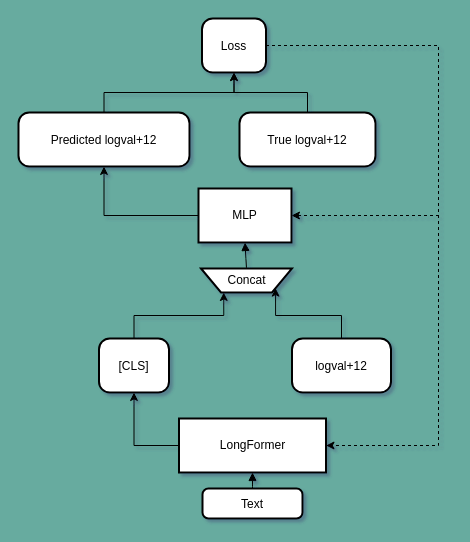
bu-bu-xxx/courses keeps this draw.io diagram as statistical_data_mining/project/figure1.drawio. Above is the earlier version. Source tidied: cells renumbered, new cells numbered last; positions are measured from the earlier drawing's top-left corner, leaving out a move shared by most shapes. Both pictures are drawn from the tidied source at 100%, with x=0, y=0 at pixel (18, 18).
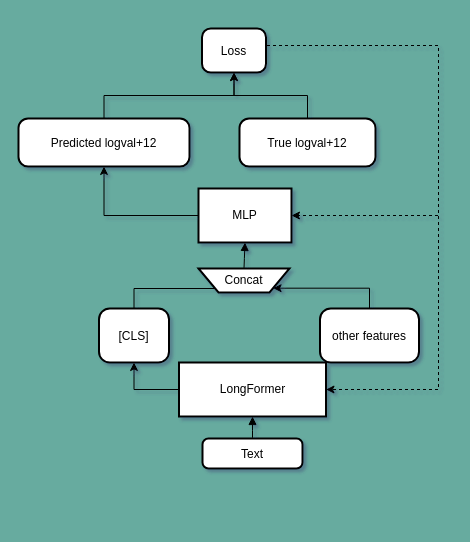
The same diagram, later.

Change to the diagram source:
```diff
@@
     <mxCell id="2" value="Text" style="rounded=1;arcSize=20;strokeWidth=2;labelBackgroundColor=none;" parent="1" vertex="1">
-      <mxGeometry x="184" y="470" width="100" height="30" as="geometry" />
+      <mxGeometry x="184" y="420" width="100" height="30" as="geometry" />
     </mxCell>
@@
     <mxCell id="4" value="LongFormer" style="whiteSpace=wrap;strokeWidth=2;labelBackgroundColor=none;" parent="1" vertex="1">
-      <mxGeometry x="160.5" y="400" width="147" height="54" as="geometry" />
+      <mxGeometry x="160.5" y="344" width="147" height="54" as="geometry" />
     </mxCell>
     <mxCell id="5" style="edgeStyle=orthogonalEdgeStyle;rounded=0;jettySize=auto;html=1;exitX=0.5;exitY=0;exitDx=0;exitDy=0;entryX=0.25;entryY=1;entryDx=0;entryDy=0;" parent="1" edge="1" source="6" target="9">
-      <mxGeometry relative="1" as="geometry" />
+      <mxGeometry relative="1" as="geometry">
+        <Array as="points">
+          <mxPoint x="116" y="270" />
+          <mxPoint x="203" y="270" />
+        </Array>
+      </mxGeometry>
     </mxCell>
     <mxCell id="6" value="[CLS]" style="rounded=1;arcSize=20;strokeWidth=2;labelBackgroundColor=none;" parent="1" vertex="1">
-      <mxGeometry x="80.5" y="320" width="70" height="54" as="geometry" />
+      <mxGeometry x="80.5" y="290" width="70" height="54" as="geometry" />
     </mxCell>
     <mxCell id="7" style="edgeStyle=orthogonalEdgeStyle;rounded=0;jettySize=auto;html=1;exitX=0.5;exitY=0;exitDx=0;exitDy=0;entryX=1;entryY=1;entryDx=0;entryDy=0;" parent="1" edge="1" source="8" target="9">
-      <mxGeometry relative="1" as="geometry" />
+      <mxGeometry relative="1" as="geometry">
+        <Array as="points">
+          <mxPoint x="351" y="270" />
+        </Array>
+      </mxGeometry>
     </mxCell>
-    <mxCell id="8" value="logval+12" style="rounded=1;arcSize=20;strokeWidth=2;labelBackgroundColor=none;" parent="1" vertex="1">
-      <mxGeometry x="273.5" y="320" width="99" height="54" as="geometry" />
+    <mxCell id="8" value="other features" style="rounded=1;arcSize=20;strokeWidth=2;labelBackgroundColor=none;" parent="1" vertex="1">
+      <mxGeometry x="301.5" y="290" width="99" height="54" as="geometry" />
     </mxCell>
     <mxCell id="9" value="Concat" style="shape=trapezoid;perimeter=trapezoidPerimeter;fixedSize=1;strokeWidth=2;whiteSpace=wrap;flipV=1;labelBackgroundColor=none;" parent="1" vertex="1">
-      <mxGeometry x="182.5" y="250" width="91" height="24" as="geometry" />
+      <mxGeometry x="180" y="250" width="91" height="24" as="geometry" />
     </mxCell>
@@
     <mxCell id="13" value="Predicted logval+12" style="rounded=1;arcSize=20;strokeWidth=2;labelBackgroundColor=none;" parent="1" vertex="1">
-      <mxGeometry y="94" width="171" height="54" as="geometry" />
+      <mxGeometry y="100" width="171" height="48" as="geometry" />
     </mxCell>
@@
     <mxCell id="15" value="True logval+12" style="rounded=1;arcSize=20;strokeWidth=2;labelBackgroundColor=none;" parent="1" vertex="1">
-      <mxGeometry x="221" y="94" width="136" height="54" as="geometry" />
+      <mxGeometry x="221" y="100" width="136" height="48" as="geometry" />
     </mxCell>
     <mxCell id="16" style="edgeStyle=orthogonalEdgeStyle;rounded=0;jettySize=auto;html=1;exitX=1;exitY=0.5;exitDx=0;exitDy=0;entryX=1;entryY=0.5;entryDx=0;entryDy=0;dashed=1;" parent="1" edge="1" source="18" target="4">
       <mxGeometry relative="1" as="geometry">
         <Array as="points">
           <mxPoint x="420" y="27" />
-          <mxPoint x="420" y="427" />
+          <mxPoint x="420" y="371" />
         </Array>
       </mxGeometry>
     </mxCell>
@@
     <mxCell id="18" value="Loss" style="rounded=1;arcSize=20;strokeWidth=2;labelBackgroundColor=none;" parent="1" vertex="1">
-      <mxGeometry x="183.5" width="64" height="54" as="geometry" />
+      <mxGeometry x="183.5" y="10" width="64" height="44" as="geometry" />
     </mxCell>
```
